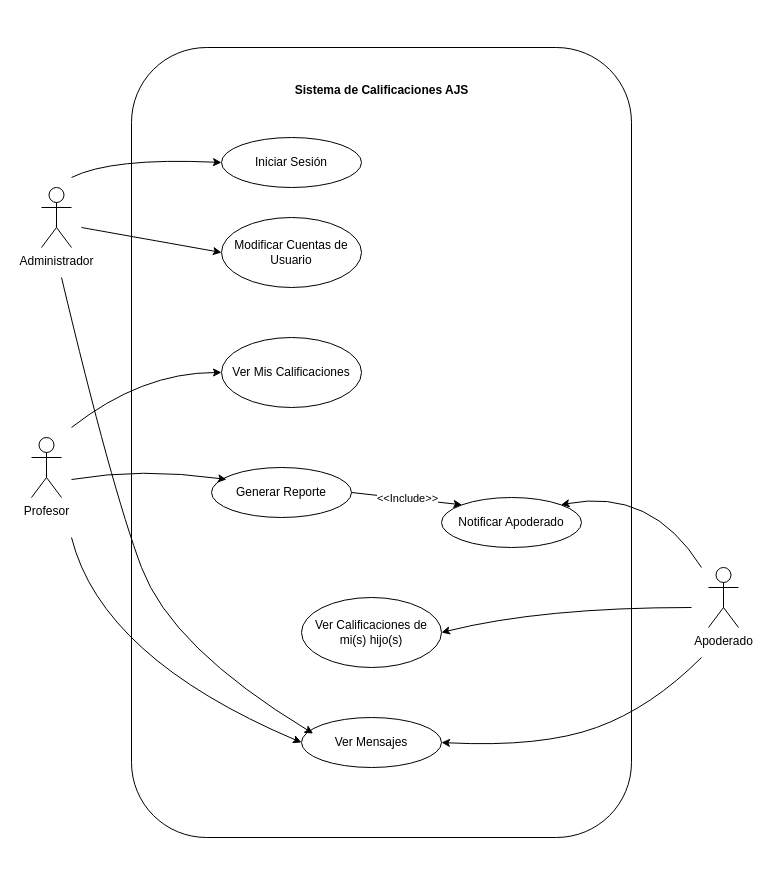
Before: page "CasUso" (1 of 4) of CasosUsoAjs.drawio in KeiKurono96/ProyPes, a draw.io diagram. Source tidied: cells renumbered, new cells numbered last; positions are measured from the earlier drawing's top-left corner, leaving out a move shared by most shapes. Both pictures are drawn from the tidied source at 100%, with x=0, y=0 at pixel (31, 47).
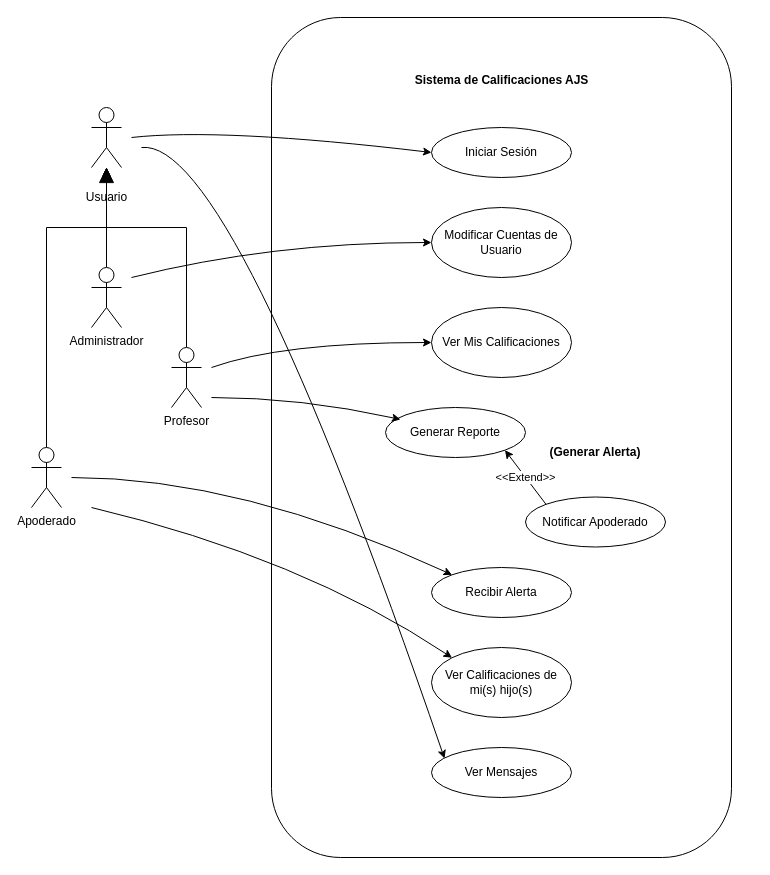
The same page after the edit.

The edit, as a diff of the source:
```diff
@@
     <mxCell id="2" style="rounded=1;whiteSpace=wrap;html=1;" parent="1" vertex="1">
-      <mxGeometry x="100" width="500" height="790" as="geometry" />
+      <mxGeometry x="240" y="-30" width="460" height="840" as="geometry" />
     </mxCell>
     <mxCell id="3" value="Iniciar Sesión" style="ellipse;whiteSpace=wrap;html=1;" parent="1" vertex="1">
-      <mxGeometry x="190" y="90" width="140" height="50" as="geometry" />
+      <mxGeometry x="400" y="80" width="140" height="50" as="geometry" />
     </mxCell>
     <mxCell id="4" value="Sistema de Calificaciones AJS" style="text;align=center;fontStyle=1;verticalAlign=middle;spacingLeft=3;spacingRight=3;strokeColor=none;html=1;" parent="1" vertex="1">
-      <mxGeometry x="310" y="30" width="80" height="26" as="geometry" />
+      <mxGeometry x="430" y="20" width="80" height="26" as="geometry" />
     </mxCell>
+    <mxCell id="24" style="edgeStyle=orthogonalEdgeStyle;rounded=0;jettySize=auto;html=1;endSize=13;endArrow=block;endFill=1;strokeColor=default;" parent="1" edge="1" source="5">
+      <mxGeometry relative="1" as="geometry">
+        <mxPoint x="75" y="120" as="targetPoint" />
+      </mxGeometry>
+    </mxCell>
     <mxCell id="5" value="Administrador" style="shape=umlActor;verticalLabelPosition=bottom;verticalAlign=top;html=1;" parent="1" vertex="1">
-      <mxGeometry x="10" y="140" width="30" height="60" as="geometry" />
+      <mxGeometry x="60" y="220" width="30" height="60" as="geometry" />
     </mxCell>
     <mxCell id="6" value="Modificar Cuentas de Usuario" style="ellipse;whiteSpace=wrap;html=1;" parent="1" vertex="1">
-      <mxGeometry x="190" y="170" width="140" height="70" as="geometry" />
+      <mxGeometry x="400" y="160" width="140" height="70" as="geometry" />
     </mxCell>
     <mxCell id="7" style="curved=1;endArrow=classic;html=1;rounded=0;entryX=0;entryY=0.5;entryDx=0;entryDy=0;" parent="1" edge="1" target="3">
       <mxGeometry relative="1" as="geometry">
-        <mxPoint x="40" y="130" as="sourcePoint" />
+        <mxPoint x="100" y="90" as="sourcePoint" />
         <Array as="points">
-          <mxPoint x="80" y="110" />
+          <mxPoint x="190" y="80" />
         </Array>
       </mxGeometry>
     </mxCell>
     <mxCell id="8" style="curved=1;endArrow=classic;html=1;rounded=0;entryX=0;entryY=0.5;entryDx=0;entryDy=0;" parent="1" edge="1" target="6">
       <mxGeometry relative="1" as="geometry">
-        <mxPoint x="50" y="180" as="sourcePoint" />
+        <mxPoint x="100" y="230" as="sourcePoint" />
+        <Array as="points">
+          <mxPoint x="240" y="195" />
+        </Array>
       </mxGeometry>
     </mxCell>
-    <mxCell id="9" value="Profesor" style="shape=umlActor;verticalLabelPosition=bottom;verticalAlign=top;html=1;" parent="1" vertex="1">
-      <mxGeometry y="390" width="30" height="60" as="geometry" />
-    </mxCell>
     <mxCell id="10" value="Ver Mis Calificaciones" style="ellipse;whiteSpace=wrap;html=1;" parent="1" vertex="1">
-      <mxGeometry x="190" y="290" width="140" height="70" as="geometry" />
+      <mxGeometry x="400" y="260" width="140" height="70" as="geometry" />
     </mxCell>
-    <mxCell id="11" value="&amp;lt;&amp;lt;Include&amp;gt;&amp;gt;" style="rounded=0;jettySize=auto;html=1;exitX=1;exitY=0.5;exitDx=0;exitDy=0;entryX=0;entryY=0;entryDx=0;entryDy=0;" parent="1" edge="1" source="12" target="13">
+    <mxCell id="11" value="&amp;lt;&amp;lt;Extend&amp;gt;&amp;gt;" style="rounded=0;jettySize=auto;html=1;exitX=1;exitY=1;exitDx=0;exitDy=0;entryX=0;entryY=0;entryDx=0;entryDy=0;startArrow=classic;startFill=1;endArrow=none;endFill=0;" parent="1" edge="1" source="12" target="13">
       <mxGeometry relative="1" as="geometry" />
     </mxCell>
     <mxCell id="12" value="Generar Reporte" style="ellipse;whiteSpace=wrap;html=1;" parent="1" vertex="1">
-      <mxGeometry x="180" y="420" width="140" height="50" as="geometry" />
+      <mxGeometry x="354" y="360" width="140" height="50" as="geometry" />
     </mxCell>
     <mxCell id="13" value="Notificar Apoderado" style="ellipse;whiteSpace=wrap;html=1;" parent="1" vertex="1">
-      <mxGeometry x="410" y="450" width="140" height="50" as="geometry" />
+      <mxGeometry x="494" y="449.5" width="140" height="50" as="geometry" />
     </mxCell>
+    <mxCell id="25" style="edgeStyle=orthogonalEdgeStyle;rounded=0;jettySize=auto;html=1;exitX=0.5;exitY=0;exitDx=0;exitDy=0;exitPerimeter=0;" parent="1" edge="1" source="14" target="26">
+      <mxGeometry relative="1" as="geometry">
+        <Array as="points">
+          <mxPoint x="15" y="180" />
+          <mxPoint x="75" y="180" />
+        </Array>
+      </mxGeometry>
+    </mxCell>
     <mxCell id="14" value="Apoderado" style="shape=umlActor;verticalLabelPosition=bottom;verticalAlign=top;html=1;" parent="1" vertex="1">
-      <mxGeometry x="677" y="520" width="30" height="60" as="geometry" />
+      <mxGeometry y="400" width="30" height="60" as="geometry" />
     </mxCell>
     <mxCell id="15" value="Ver Calificaciones de mi(s) hijo(s)" style="ellipse;whiteSpace=wrap;html=1;" parent="1" vertex="1">
-      <mxGeometry x="270" y="550" width="140" height="70" as="geometry" />
+      <mxGeometry x="400" y="600" width="140" height="70" as="geometry" />
     </mxCell>
     <mxCell id="16" value="Ver Mensajes" style="ellipse;whiteSpace=wrap;html=1;" parent="1" vertex="1">
-      <mxGeometry x="270" y="670" width="140" height="50" as="geometry" />
+      <mxGeometry x="400" y="700" width="140" height="50" as="geometry" />
     </mxCell>
-    <mxCell id="17" style="curved=1;endArrow=classic;html=1;rounded=0;entryX=0;entryY=0.5;entryDx=0;entryDy=0;" parent="1" edge="1" target="16">
-      <mxGeometry relative="1" as="geometry">
-        <mxPoint x="40" y="490" as="sourcePoint" />
-        <Array as="points">
-          <mxPoint x="70" y="610" />
-        </Array>
-      </mxGeometry>
-    </mxCell>
     <mxCell id="18" style="curved=1;endArrow=classic;html=1;rounded=0;entryX=0;entryY=0.5;entryDx=0;entryDy=0;" parent="1" edge="1" target="10">
       <mxGeometry relative="1" as="geometry">
-        <mxPoint x="40" y="380" as="sourcePoint" />
+        <mxPoint x="180" y="320" as="sourcePoint" />
         <Array as="points">
-          <mxPoint x="110" y="325" />
+          <mxPoint x="250" y="295" />
         </Array>
       </mxGeometry>
     </mxCell>
-    <mxCell id="19" style="curved=1;endArrow=classic;html=1;rounded=0;entryX=1;entryY=0;entryDx=0;entryDy=0;" parent="1" edge="1" target="13">
-      <mxGeometry relative="1" as="geometry">
-        <mxPoint x="670" y="520" as="sourcePoint" />
-        <Array as="points">
-          <mxPoint x="620" y="440" />
-        </Array>
-      </mxGeometry>
-    </mxCell>
-    <mxCell id="20" style="curved=1;endArrow=classic;html=1;rounded=0;entryX=1;entryY=0.5;entryDx=0;entryDy=0;" parent="1" edge="1" target="15">
+    <mxCell id="20" style="curved=1;endArrow=classic;html=1;rounded=0;entryX=0;entryY=0;entryDx=0;entryDy=0;" parent="1" edge="1" target="15">
       <mxGeometry relative="1" as="geometry">
-        <mxPoint x="660" y="560" as="sourcePoint" />
+        <mxPoint x="60" y="460" as="sourcePoint" />
         <Array as="points">
-          <mxPoint x="510" y="560" />
+          <mxPoint x="270" y="510" />
         </Array>
       </mxGeometry>
     </mxCell>
-    <mxCell id="21" style="curved=1;endArrow=classic;html=1;rounded=0;entryX=1;entryY=0.5;entryDx=0;entryDy=0;" parent="1" edge="1" target="16">
-      <mxGeometry relative="1" as="geometry">
-        <mxPoint x="670" y="610" as="sourcePoint" />
-        <Array as="points">
-          <mxPoint x="620" y="660" />
-          <mxPoint x="510" y="700" />
-        </Array>
-      </mxGeometry>
-    </mxCell>
     <mxCell id="22" style="curved=1;endArrow=classic;html=1;rounded=0;entryX=0.107;entryY=0.24;entryDx=0;entryDy=0;entryPerimeter=0;" parent="1" edge="1" target="12">
       <mxGeometry relative="1" as="geometry">
-        <mxPoint x="40" y="432" as="sourcePoint" />
+        <mxPoint x="180" y="350" as="sourcePoint" />
         <Array as="points">
-          <mxPoint x="110" y="420" />
+          <mxPoint x="180" y="350" />
+          <mxPoint x="270" y="350" />
         </Array>
       </mxGeometry>
     </mxCell>
-    <mxCell id="23" style="curved=1;endArrow=classic;html=1;rounded=0;entryX=0.083;entryY=0.32;entryDx=0;entryDy=0;entryPerimeter=0;" parent="1" edge="1" target="16">
-      <mxGeometry relative="1" as="geometry">
-        <mxPoint x="30" y="230" as="sourcePoint" />
-        <Array as="points">
-          <mxPoint x="80" y="440" />
-          <mxPoint x="140" y="600" />
-        </Array>
-      </mxGeometry>
-    </mxCell>
+    <mxCell id="26" value="Usuario" style="shape=umlActor;verticalLabelPosition=bottom;verticalAlign=middle;html=1;horizontal=1;" parent="1" vertex="1">
+      <mxGeometry x="60" y="60" width="30" height="60" as="geometry" />
+    </mxCell>
+    <mxCell id="27" style="edgeStyle=orthogonalEdgeStyle;rounded=0;jettySize=auto;html=1;" parent="1" edge="1" source="9" target="26">
+      <mxGeometry relative="1" as="geometry">
+        <Array as="points">
+          <mxPoint x="155" y="180" />
+          <mxPoint x="75" y="180" />
+        </Array>
+      </mxGeometry>
+    </mxCell>
+    <mxCell id="9" value="Profesor" style="shape=umlActor;verticalLabelPosition=bottom;verticalAlign=top;html=1;" parent="1" vertex="1">
+      <mxGeometry x="140" y="300" width="30" height="60" as="geometry" />
+    </mxCell>
+    <mxCell id="28" style="curved=1;endArrow=classic;html=1;rounded=0;entryX=0;entryY=0;entryDx=0;entryDy=0;" parent="1" edge="1" target="31">
+      <mxGeometry relative="1" as="geometry">
+        <mxPoint x="40" y="430" as="sourcePoint" />
+        <Array as="points">
+          <mxPoint x="210" y="430" />
+        </Array>
+      </mxGeometry>
+    </mxCell>
+    <mxCell id="29" style="curved=1;endArrow=classic;html=1;rounded=0;entryX=0.093;entryY=0.22;entryDx=0;entryDy=0;entryPerimeter=0;" parent="1" edge="1" target="16">
+      <mxGeometry relative="1" as="geometry">
+        <mxPoint x="110" y="100" as="sourcePoint" />
+        <Array as="points">
+          <mxPoint x="200" y="90" />
+        </Array>
+      </mxGeometry>
+    </mxCell>
+    <mxCell id="30" value="&lt;b&gt;(Generar Alerta)&lt;/b&gt;" style="text;html=1;align=center;verticalAlign=middle;whiteSpace=wrap;rounded=0;" parent="1" vertex="1">
+      <mxGeometry x="511" y="390" width="106" height="30" as="geometry" />
+    </mxCell>
+    <mxCell id="31" value="Recibir Alerta" style="ellipse;whiteSpace=wrap;html=1;" parent="1" vertex="1">
+      <mxGeometry x="400" y="520" width="140" height="50" as="geometry" />
+    </mxCell>
```
